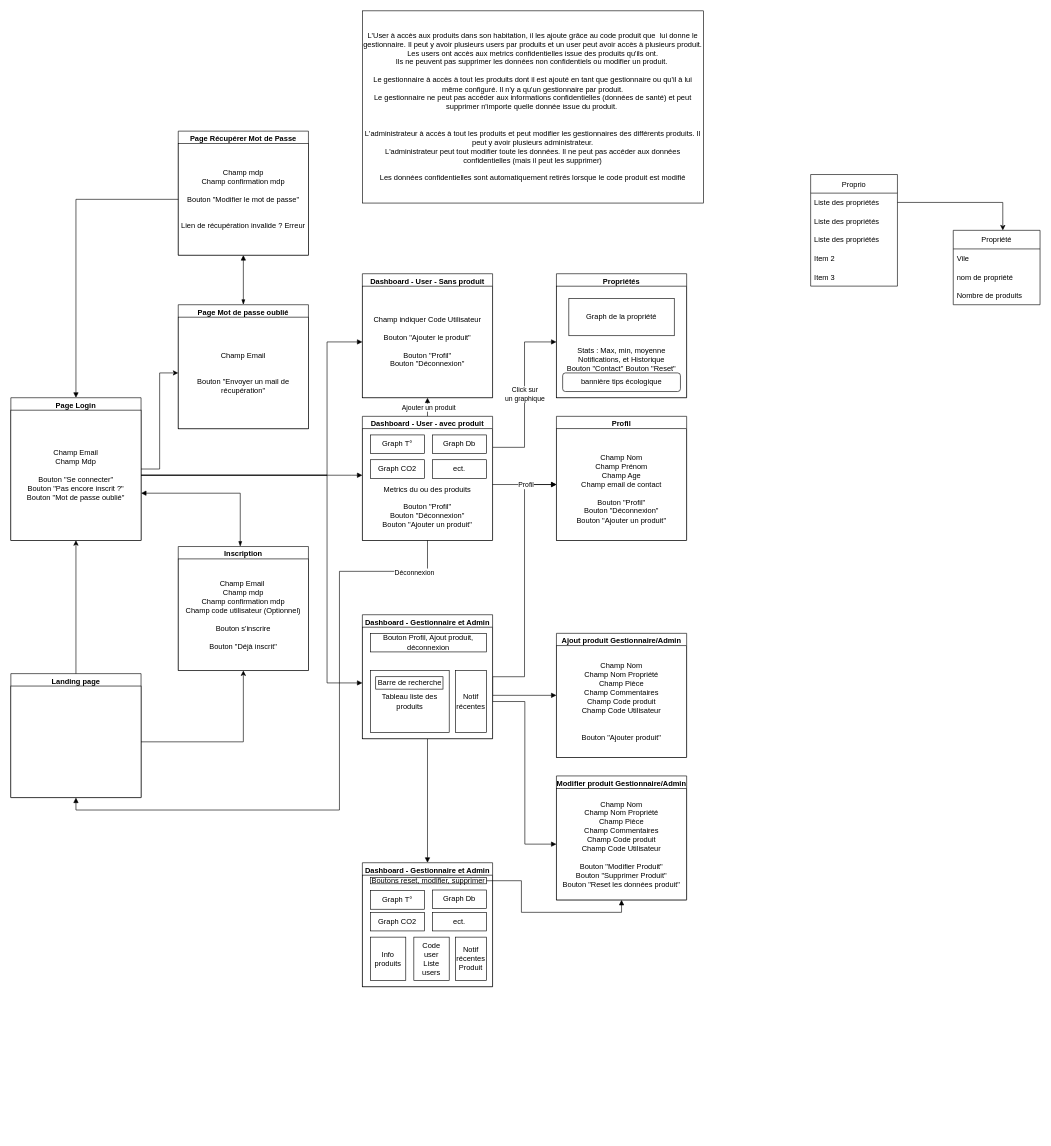
Earlier version of the draw.io diagram Diagramme sans nom.drawio (HipppB/safeHub). Source tidied: cells renumbered, new cells numbered last; positions are measured from the earlier drawing's top-left corner, leaving out a move shared by most shapes. Both pictures are drawn from the tidied source at 62%, with x=0, y=0 at pixel (11, 11).
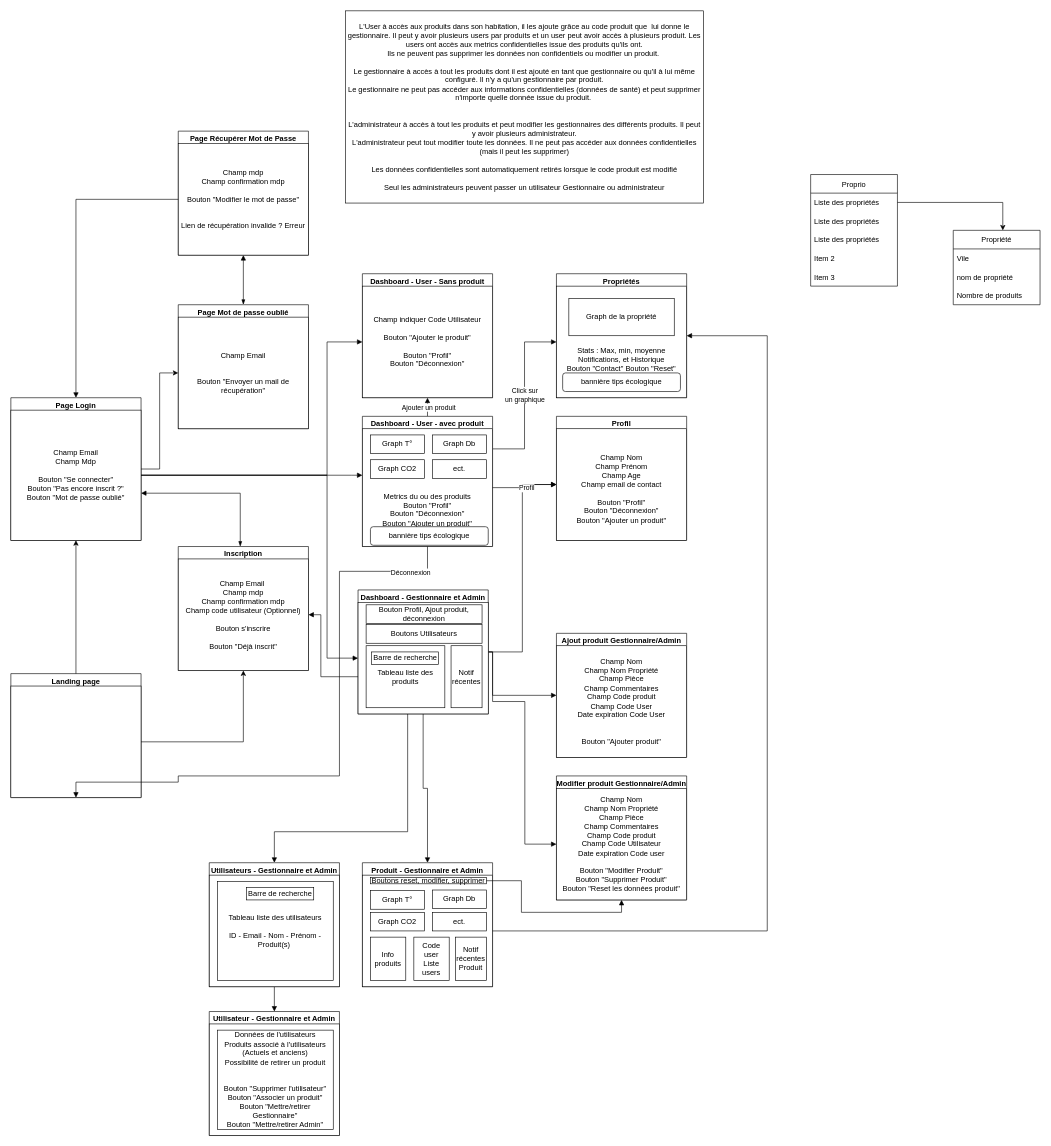
The same diagram, later.

Commit message (it also covers changes not shown here):
Mettre à jour Diagramme sans nom.drawio

The change refers to these unchanged cells:
```xml
<mxCell id="4" value="Champ Email&lt;br&gt;Champ Mdp&lt;br&gt;&lt;br&gt;Bouton &quot;Se connecter&quot;&lt;br&gt;Bouton &quot;Pas encore inscrit ?&quot;&lt;br&gt;Bouton &quot;Mot de passe oublié&quot;" style="whiteSpace=wrap;html=1;" parent="3" vertex="1">
  <mxGeometry y="20" width="210" height="210" as="geometry" />
</mxCell>
<mxCell id="5" value="Landing page" style="swimlane;" parent="1" vertex="1">
  <mxGeometry y="1069" width="210" height="200" as="geometry" />
</mxCell>
<mxCell id="12" value="Champ Email&amp;nbsp;&lt;br&gt;Champ mdp&lt;br&gt;Champ confirmation mdp&lt;br&gt;Champ code utilisateur (Optionnel)&lt;br&gt;&lt;br&gt;Bouton s'inscrire&lt;br&gt;&lt;br&gt;Bouton &quot;Déjà inscrit&quot;" style="whiteSpace=wrap;html=1;" parent="11" vertex="1">
  <mxGeometry y="20" width="210" height="180" as="geometry" />
</mxCell>
<mxCell id="47" style="whiteSpace=wrap;html=1;" parent="46" vertex="1">
  <mxGeometry y="20" width="210" height="180" as="geometry" />
</mxCell>
<mxCell id="57" value="Propriétés" style="swimlane;" parent="1" vertex="1">
  <mxGeometry x="880" y="424" width="210" height="200" as="geometry" />
</mxCell>
<mxCell id="63" value="Ajout produit Gestionnaire/Admin" style="swimlane;" parent="1" vertex="1">
  <mxGeometry x="880" y="1004" width="210" height="200" as="geometry" />
</mxCell>
<mxCell id="66" value="Modifier produit Gestionnaire/Admin" style="swimlane;" parent="1" vertex="1">
  <mxGeometry x="880" y="1234" width="210" height="200" as="geometry" />
</mxCell>
<mxCell id="69" style="whiteSpace=wrap;html=1;" parent="68" vertex="1">
  <mxGeometry y="20" width="210" height="180" as="geometry" />
</mxCell>
```

What changed in the source:
```diff
@@
     <mxCell id="34" value="Dashboard - User - avec produit" style="swimlane;" parent="1" vertex="1">
-      <mxGeometry x="567" y="654" width="210" height="200" as="geometry" />
+      <mxGeometry x="567" y="654" width="210" height="210" as="geometry" />
     </mxCell>
-    <mxCell id="35" value="&lt;br&gt;&lt;br&gt;&lt;br&gt;&lt;br&gt;&lt;br&gt;Metrics du ou des produits&lt;br&gt;&lt;br&gt;Bouton &quot;Profil&quot;&lt;br&gt;Bouton &quot;Déconnexion&quot;&lt;br&gt;Bouton &quot;Ajouter un produit&quot;" style="whiteSpace=wrap;html=1;" parent="34" vertex="1">
-      <mxGeometry y="20" width="210" height="180" as="geometry" />
+    <mxCell id="35" value="&lt;br&gt;&lt;br&gt;&lt;br&gt;&lt;br&gt;&lt;br&gt;Metrics du ou des produits&lt;br&gt;Bouton &quot;Profil&quot;&lt;br&gt;Bouton &quot;Déconnexion&quot;&lt;br&gt;Bouton &quot;Ajouter un produit&quot;" style="whiteSpace=wrap;html=1;" parent="34" vertex="1">
+      <mxGeometry y="20" width="210" height="190" as="geometry" />
     </mxCell>
@@
+    <mxCell id="79" value="bannière tips écologique" style="rounded=1;whiteSpace=wrap;html=1;" parent="34" vertex="1">
+      <mxGeometry x="13" y="178" width="190" height="30" as="geometry" />
+    </mxCell>
@@
+    <mxCell id="80" style="edgeStyle=orthogonalEdgeStyle;rounded=0;jettySize=auto;html=1;startArrow=none;startFill=0;endArrow=block;endFill=1;" parent="1" edge="1" source="46" target="84">
+      <mxGeometry relative="1" as="geometry">
+        <Array as="points">
+          <mxPoint x="640" y="1324" />
+          <mxPoint x="425" y="1324" />
+        </Array>
+      </mxGeometry>
+    </mxCell>
     <mxCell id="46" value="Dashboard - Gestionnaire et Admin" style="swimlane;" parent="1" vertex="1">
-      <mxGeometry x="567" y="974" width="210" height="200" as="geometry" />
+      <mxGeometry x="560" y="934" width="210" height="200" as="geometry" />
     </mxCell>
@@
     <mxCell id="51" value="Bouton Profil, Ajout produit, déconnexion" style="rounded=0;whiteSpace=wrap;html=1;" parent="46" vertex="1">
-      <mxGeometry x="13" y="30" width="187" height="30" as="geometry" />
+      <mxGeometry x="13" y="24" width="187" height="30" as="geometry" />
     </mxCell>
+    <mxCell id="81" value="Boutons Utilisateurs" style="rounded=0;whiteSpace=wrap;html=1;" parent="46" vertex="1">
+      <mxGeometry x="13" y="56" width="187" height="30" as="geometry" />
+    </mxCell>
     <mxCell id="52" style="edgeStyle=orthogonalEdgeStyle;rounded=0;jettySize=auto;html=1;entryX=0;entryY=0.5;entryDx=0;entryDy=0;startArrow=none;startFill=0;endArrow=block;endFill=1;" parent="1" edge="1" source="4" target="47">
       <mxGeometry relative="1" as="geometry">
         <Array as="points">
           <mxPoint x="510" y="749" />
-          <mxPoint x="510" y="1084" />
+          <mxPoint x="510" y="1044" />
         </Array>
       </mxGeometry>
     </mxCell>
@@
     <mxCell id="61" style="edgeStyle=orthogonalEdgeStyle;rounded=0;jettySize=auto;html=1;entryX=0.5;entryY=1;entryDx=0;entryDy=0;startArrow=none;startFill=0;endArrow=block;endFill=1;" parent="1" edge="1" source="35" target="5">
       <mxGeometry relative="1" as="geometry">
         <Array as="points">
           <mxPoint x="672" y="904" />
           <mxPoint x="530" y="904" />
-          <mxPoint x="530" y="1289" />
-          <mxPoint x="105" y="1289" />
+          <mxPoint x="530" y="1234" />
+          <mxPoint x="270" y="1234" />
+          <mxPoint x="270" y="1244" />
+          <mxPoint x="105" y="1244" />
         </Array>
       </mxGeometry>
     </mxCell>
@@
-    <mxCell id="64" value="Champ Nom&lt;br&gt;Champ Nom Propriété&lt;br&gt;Champ Pièce&lt;br&gt;Champ Commentaires&lt;br&gt;Champ Code produit&lt;br&gt;Champ Code Utilisateur&lt;br&gt;&lt;br&gt;&lt;br&gt;Bouton &quot;Ajouter produit&quot;" style="whiteSpace=wrap;html=1;" parent="63" vertex="1">
+    <mxCell id="64" value="Champ Nom&lt;br&gt;Champ Nom Propriété&lt;br&gt;Champ Pièce&lt;br&gt;Champ Commentaires&lt;br&gt;Champ Code produit&lt;br&gt;Champ Code User&lt;br&gt;Date expiration Code User&lt;br&gt;&lt;br&gt;&lt;br&gt;Bouton &quot;Ajouter produit&quot;" style="whiteSpace=wrap;html=1;" parent="63" vertex="1">
       <mxGeometry y="20" width="210" height="180" as="geometry" />
     </mxCell>
-    <mxCell id="65" value="L'User à accès aux produits dans son habitation, il les ajoute grâce au code produit que &amp;nbsp;lui donne le gestionnaire. Il peut y avoir plusieurs users par produits et un user peut avoir accès à plusieurs produit. Les users ont accès aux metrics confidentielles issue des produits qu'ils ont.&lt;br&gt;Ils ne peuvent pas supprimer les données non confidentiels ou modifier un produit.&amp;nbsp;&lt;br&gt;&lt;br&gt;Le gestionnaire à accès à tout les produits dont il est ajouté en tant que gestionnaire ou qu'il à lui même configuré. Il n'y a qu'un gestionnaire par produit.&lt;br&gt;Le gestionnaire ne peut pas accéder aux informations confidentielles (données de santé) et peut supprimer n'importe quelle donnée issue du produit.&amp;nbsp;&lt;br&gt;&lt;br&gt;&lt;br&gt;L'administrateur à accès à tout les produits et peut modifier les gestionnaires des différents produits. Il peut y avoir plusieurs administrateur.&lt;br&gt;L'administrateur peut tout modifier toute les données. Il ne peut pas accéder aux données confidentielles (mais il peut les supprimer)&lt;br&gt;&lt;br&gt;Les données confidentielles sont automatiquement retirés lorsque le code produit est modifié" style="rounded=0;whiteSpace=wrap;html=1;" parent="1" vertex="1">
-      <mxGeometry x="567" width="550" height="310" as="geometry" />
+    <mxCell id="65" value="L'User à accès aux produits dans son habitation, il les ajoute grâce au code produit que &amp;nbsp;lui donne le gestionnaire. Il peut y avoir plusieurs users par produits et un user peut avoir accès à plusieurs produit. Les users ont accès aux metrics confidentielles issue des produits qu'ils ont.&lt;br&gt;Ils ne peuvent pas supprimer les données non confidentiels ou modifier un produit.&amp;nbsp;&lt;br&gt;&lt;br&gt;Le gestionnaire à accès à tout les produits dont il est ajouté en tant que gestionnaire ou qu'il à lui même configuré. Il n'y a qu'un gestionnaire par produit.&lt;br&gt;Le gestionnaire ne peut pas accéder aux informations confidentielles (données de santé) et peut supprimer n'importe quelle donnée issue du produit.&amp;nbsp;&lt;br&gt;&lt;br&gt;&lt;br&gt;L'administrateur à accès à tout les produits et peut modifier les gestionnaires des différents produits. Il peut y avoir plusieurs administrateur.&lt;br&gt;L'administrateur peut tout modifier toute les données. Il ne peut pas accéder aux données confidentielles (mais il peut les supprimer)&lt;br&gt;&lt;br&gt;Les données confidentielles sont automatiquement retirés lorsque le code produit est modifié&lt;br&gt;&lt;br&gt;Seul les administrateurs peuvent passer un utilisateur Gestionnaire ou administrateur" style="rounded=0;whiteSpace=wrap;html=1;" parent="1" vertex="1">
+      <mxGeometry x="540" width="577" height="310" as="geometry" />
     </mxCell>
@@
-    <mxCell id="67" value="Champ Nom&lt;br&gt;Champ Nom Propriété&lt;br&gt;Champ Pièce&lt;br&gt;Champ Commentaires&lt;br&gt;Champ Code produit&lt;br&gt;Champ Code Utilisateur&lt;br&gt;&lt;br&gt;Bouton &quot;Modifier Produit&quot;&lt;br&gt;Bouton &quot;Supprimer Produit&quot;&lt;br&gt;Bouton &quot;Reset les données produit&quot;" style="whiteSpace=wrap;html=1;" parent="66" vertex="1">
+    <mxCell id="67" value="Champ Nom&lt;br&gt;Champ Nom Propriété&lt;br&gt;Champ Pièce&lt;br&gt;Champ Commentaires&lt;br&gt;Champ Code produit&lt;br&gt;Champ Code Utilisateur&lt;br&gt;Date expiration Code user&lt;br&gt;&lt;br&gt;Bouton &quot;Modifier Produit&quot;&lt;br&gt;Bouton &quot;Supprimer Produit&quot;&lt;br&gt;Bouton &quot;Reset les données produit&quot;" style="whiteSpace=wrap;html=1;" parent="66" vertex="1">
       <mxGeometry y="20" width="210" height="180" as="geometry" />
     </mxCell>
-    <mxCell id="68" value="Dashboard - Gestionnaire et Admin" style="swimlane;" parent="1" vertex="1">
+    <mxCell id="68" value="Produit - Gestionnaire et Admin" style="swimlane;" parent="1" vertex="1">
       <mxGeometry x="567" y="1374" width="210" height="200" as="geometry" />
     </mxCell>
@@
+    <mxCell id="82" style="edgeStyle=orthogonalEdgeStyle;rounded=0;jettySize=auto;html=1;entryX=1;entryY=0.5;entryDx=0;entryDy=0;startArrow=none;startFill=0;endArrow=block;endFill=1;" parent="1" edge="1" source="69" target="57">
+      <mxGeometry relative="1" as="geometry">
+        <Array as="points">
+          <mxPoint x="1220" y="1484" />
+          <mxPoint x="1220" y="524" />
+        </Array>
+      </mxGeometry>
+    </mxCell>
+    <mxCell id="83" style="edgeStyle=orthogonalEdgeStyle;rounded=0;jettySize=auto;html=1;entryX=0.5;entryY=0;entryDx=0;entryDy=0;startArrow=none;startFill=0;endArrow=block;endFill=1;" parent="1" edge="1" source="84" target="88">
+      <mxGeometry relative="1" as="geometry" />
+    </mxCell>
+    <mxCell id="84" value="Utilisateurs - Gestionnaire et Admin" style="swimlane;" parent="1" vertex="1">
+      <mxGeometry x="320" y="1374" width="210" height="200" as="geometry" />
+    </mxCell>
+    <mxCell id="85" style="whiteSpace=wrap;html=1;" parent="84" vertex="1">
+      <mxGeometry y="20" width="210" height="180" as="geometry" />
+    </mxCell>
+    <mxCell id="86" value="Tableau liste des utilisateurs&lt;br&gt;&lt;br&gt;ID - Email - Nom - Prénom - Produit(s)&amp;nbsp;" style="rounded=0;whiteSpace=wrap;html=1;" parent="84" vertex="1">
+      <mxGeometry x="13" y="30" width="187" height="160" as="geometry" />
+    </mxCell>
+    <mxCell id="87" value="Barre de recherche" style="rounded=0;whiteSpace=wrap;html=1;" parent="84" vertex="1">
+      <mxGeometry x="60" y="40" width="108.5" height="20" as="geometry" />
+    </mxCell>
+    <mxCell id="88" value="Utilisateur - Gestionnaire et Admin" style="swimlane;" parent="1" vertex="1">
+      <mxGeometry x="320" y="1614" width="210" height="200" as="geometry" />
+    </mxCell>
+    <mxCell id="89" style="whiteSpace=wrap;html=1;" parent="88" vertex="1">
+      <mxGeometry y="20" width="210" height="180" as="geometry" />
+    </mxCell>
+    <mxCell id="90" value="Données de l'utilisateurs&lt;br&gt;Produits associé à l'utilisateurs&lt;br&gt;(Actuels et anciens)&lt;br&gt;Possibilité de retirer un produit&lt;br&gt;&lt;br&gt;&lt;br&gt;Bouton &quot;Supprimer l'utilisateur&quot;&lt;br&gt;Bouton &quot;Associer un produit&quot;&lt;br&gt;Bouton &quot;Mettre/retirer Gestionnaire&quot;&lt;br&gt;Bouton &quot;Mettre/retirer Admin&quot;" style="rounded=0;whiteSpace=wrap;html=1;" parent="88" vertex="1">
+      <mxGeometry x="13" y="30" width="187" height="160" as="geometry" />
+    </mxCell>
+    <mxCell id="91" style="edgeStyle=orthogonalEdgeStyle;rounded=0;jettySize=auto;html=1;startArrow=none;startFill=0;endArrow=block;endFill=1;" parent="1" edge="1" source="47" target="12">
+      <mxGeometry relative="1" as="geometry">
+        <Array as="points">
+          <mxPoint x="500" y="1074" />
+          <mxPoint x="500" y="974" />
+        </Array>
+      </mxGeometry>
+    </mxCell>
```
